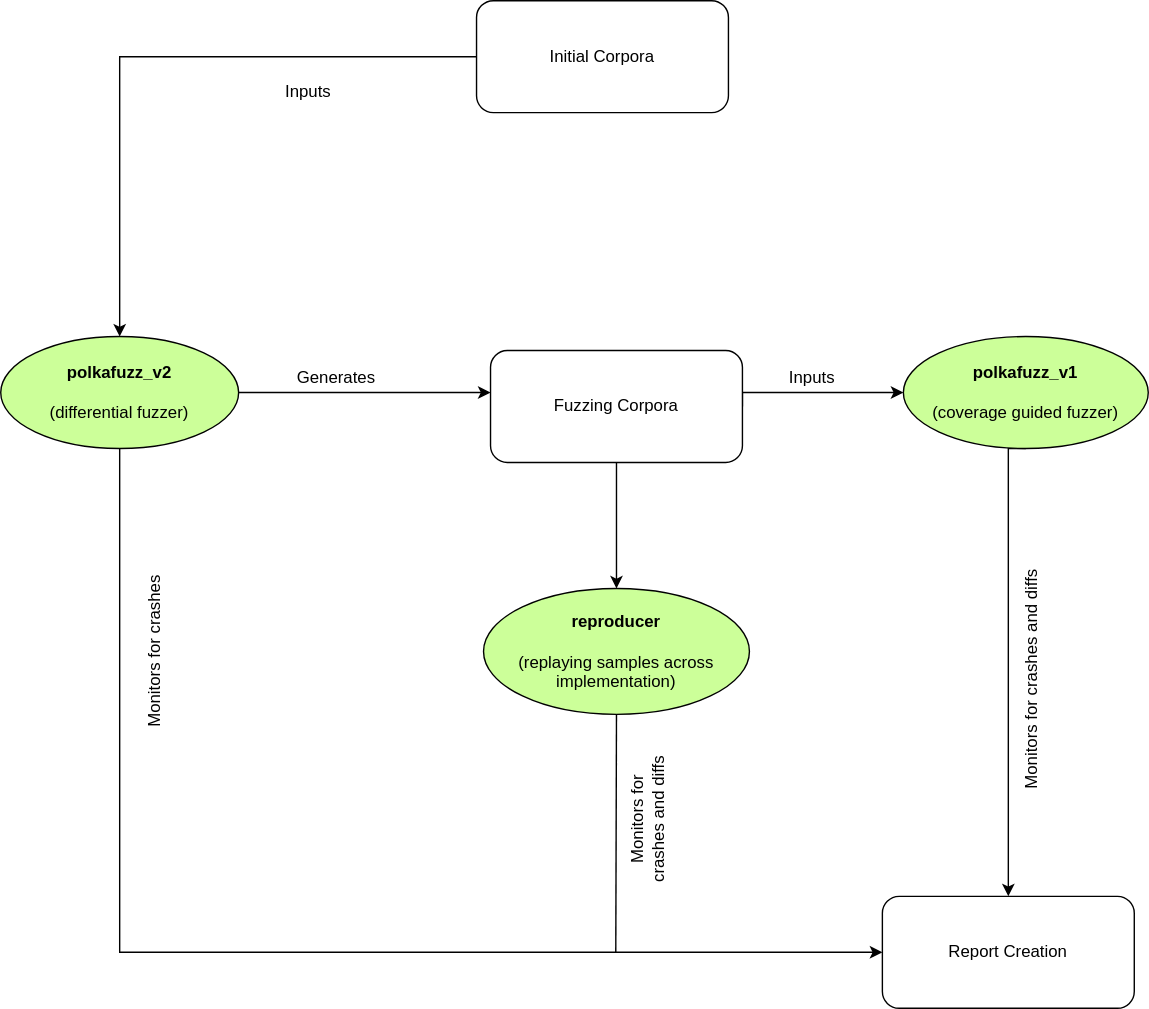
This is architecture.svg from sigp/polkafuzz, a draw.io export, as it was before one commit. Source tidied: cells renumbered, new cells last; positions are measured from the earlier drawing's top-left corner, leaving out a move shared by most shapes.
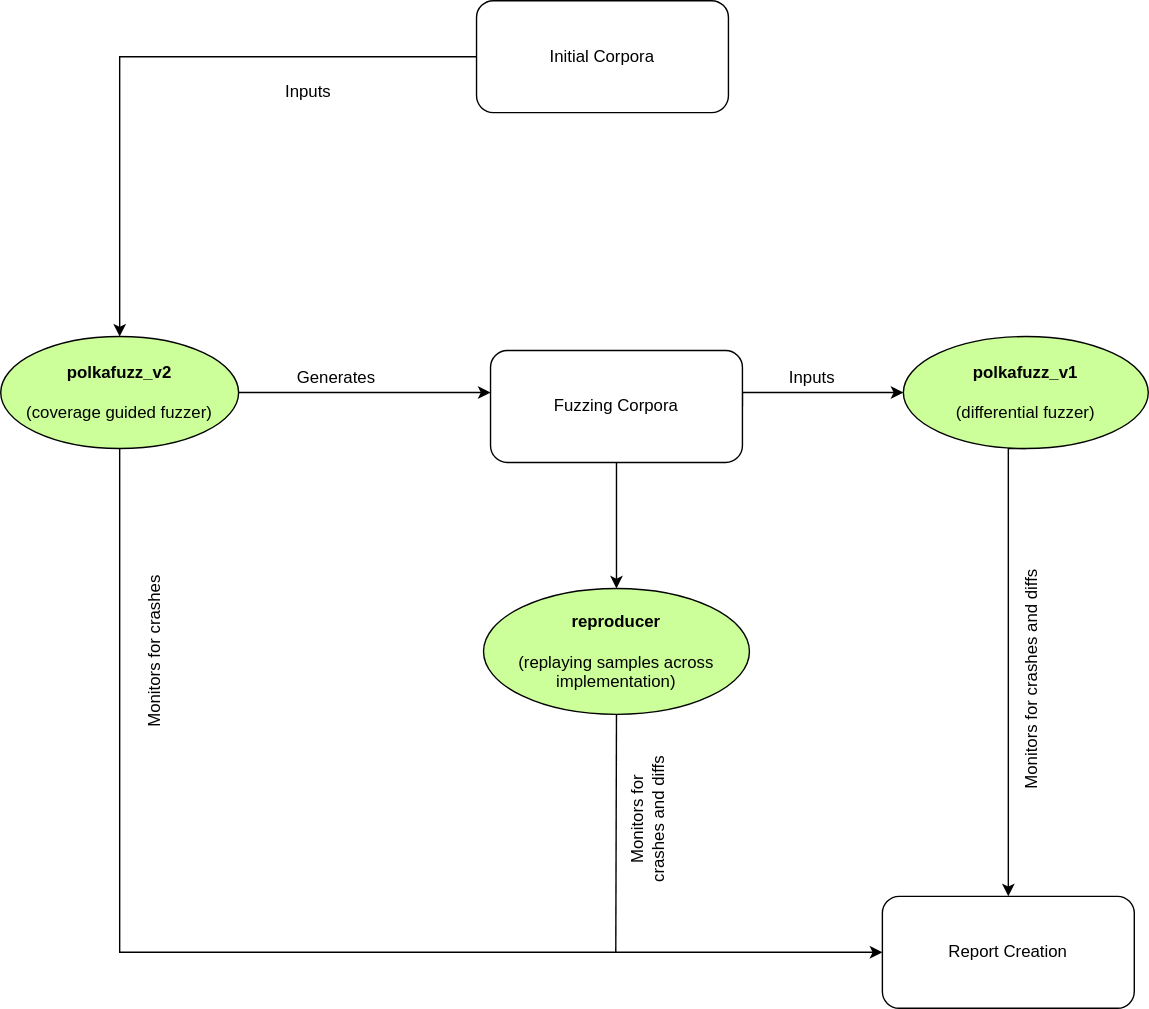
After the change.

The edit, as a diff of the source:
```diff
@@ -11,7 +11,7 @@
     <mxCell id="4" style="edgeStyle=orthogonalEdgeStyle;rounded=0;jettySize=auto;html=1;exitX=0.5;exitY=1;exitDx=0;exitDy=0;entryX=0;entryY=0.5;entryDx=0;entryDy=0;" parent="1" edge="1" source="5" target="13">
       <mxGeometry relative="1" as="geometry" />
     </mxCell>
-    <mxCell id="5" value="&lt;div&gt;&lt;b&gt;polkafuzz_v2&lt;/b&gt;&lt;/div&gt;&lt;div&gt;&lt;br&gt;&lt;/div&gt;(differential fuzzer)" style="ellipse;whiteSpace=wrap;html=1;fillColor=#CCFF99;" parent="1" vertex="1">
+    <mxCell id="5" value="&lt;div&gt;&lt;b&gt;polkafuzz_v2&lt;/b&gt;&lt;/div&gt;&lt;div&gt;&lt;br&gt;&lt;/div&gt;&lt;div&gt;(coverage guided fuzzer)&lt;/div&gt;" style="ellipse;whiteSpace=wrap;html=1;fillColor=#CCFF99;" parent="1" vertex="1">
       <mxGeometry y="240" width="170" height="80" as="geometry" />
     </mxCell>
     <mxCell id="6" value="Inputs" style="text;html=1;strokeColor=none;fillColor=none;align=center;verticalAlign=middle;whiteSpace=wrap;rounded=0;" parent="1" vertex="1">
@@ -24,7 +24,7 @@
         </Array>
       </mxGeometry>
     </mxCell>
-    <mxCell id="8" value="&lt;b&gt;polkafuzz_v1&lt;/b&gt;&lt;br&gt;&lt;br&gt;&lt;div&gt;(coverage guided fuzzer)&lt;/div&gt;" style="ellipse;whiteSpace=wrap;html=1;fillColor=#CCFF99;" parent="1" vertex="1">
+    <mxCell id="8" value="&lt;b&gt;polkafuzz_v1&lt;/b&gt;&lt;br&gt;&lt;br&gt;&lt;div&gt;(differential fuzzer)&lt;/div&gt;" style="ellipse;whiteSpace=wrap;html=1;fillColor=#CCFF99;" parent="1" vertex="1">
       <mxGeometry x="645" y="240" width="175" height="80" as="geometry" />
     </mxCell>
     <mxCell id="9" value="&lt;div&gt;&lt;b&gt;reproducer&lt;/b&gt;&lt;/div&gt;&lt;div&gt;&lt;b&gt;&lt;br&gt;&lt;/b&gt;&lt;/div&gt;&lt;div&gt;(replaying samples across implementation)&lt;b&gt;&lt;br&gt;&lt;/b&gt;&lt;/div&gt;" style="ellipse;whiteSpace=wrap;html=1;fillColor=#CCFF99;" parent="1" vertex="1">
```
